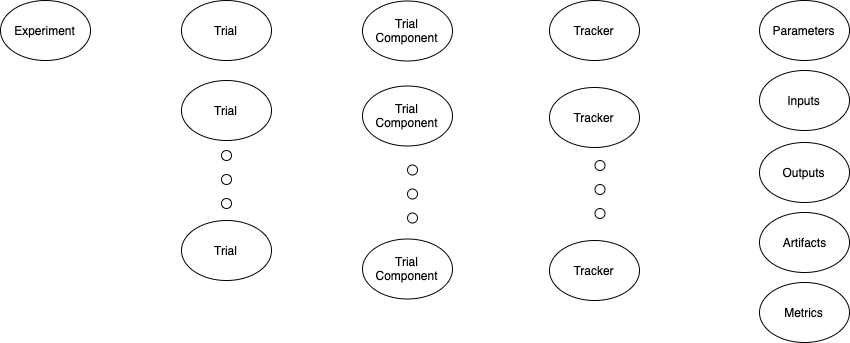
aws-samples/modeling-with-amazon-sagemaker-experiments keeps this draw.io diagram as img/experiment_structure_t.png. Above is the earlier version. Source tidied: cells renumbered, new cells last; positions are measured from the earlier drawing's top-left corner, leaving out a move shared by most shapes.
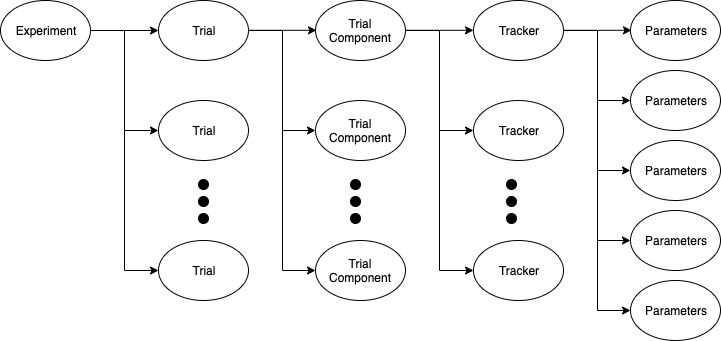
Above is the later version.

Commit message:
Updated the experiment structure diagram with the one in the approved blogpost

Diff of the diagram source:
```diff
@@ -1,129 +1,138 @@
 <mxGraphModel>
   <root>
-    <mxCell id="0" />
-    <mxCell id="1" parent="0" />
-    <mxCell id="2" style="rounded=0;jettySize=auto;html=1;exitX=1;exitY=0.5;exitDx=0;exitDy=0;entryX=0;entryY=0.5;entryDx=0;entryDy=0;strokeColor=#ffffff;" parent="1" edge="1" source="5" target="9">
-      <mxGeometry relative="1" as="geometry" />
-    </mxCell>
-    <mxCell id="3" style="edgeStyle=none;rounded=0;jettySize=auto;html=1;exitX=1;exitY=0.5;exitDx=0;exitDy=0;entryX=0;entryY=0.5;entryDx=0;entryDy=0;strokeColor=#ffffff;" parent="1" edge="1" source="5" target="10">
-      <mxGeometry relative="1" as="geometry" />
-    </mxCell>
-    <mxCell id="4" style="edgeStyle=none;rounded=0;jettySize=auto;html=1;exitX=1;exitY=0.5;exitDx=0;exitDy=0;entryX=0;entryY=0.5;entryDx=0;entryDy=0;strokeColor=#ffffff;" parent="1" edge="1" source="5" target="11">
-      <mxGeometry relative="1" as="geometry" />
-    </mxCell>
+    <mxCell id="43" />
+    <mxCell id="44" parent="43" />
+    <mxCell id="45" style="rounded=0;jettySize=auto;html=1;exitX=1;exitY=0.5;exitDx=0;exitDy=0;entryX=0;entryY=0.5;entryDx=0;entryDy=0;edgeStyle=orthogonalEdgeStyle;" parent="44" edge="1" source="5" target="54">
+      <mxGeometry relative="1" as="geometry" />
+    </mxCell>
+    <mxCell id="46" style="edgeStyle=orthogonalEdgeStyle;rounded=0;jettySize=auto;html=1;exitX=1;exitY=0.5;exitDx=0;exitDy=0;entryX=0;entryY=0.5;entryDx=0;entryDy=0;" parent="44" edge="1" source="5" target="53">
+      <mxGeometry relative="1" as="geometry" />
+    </mxCell>
-    <mxCell id="5" value="Experiment" style="ellipse;whiteSpace=wrap;html=1;" parent="1" vertex="1">
+    <mxCell id="5" value="Experiment" style="ellipse;whiteSpace=wrap;html=1;" parent="44" vertex="1">
       <mxGeometry width="90" height="60" as="geometry" />
     </mxCell>
-    <mxCell id="6" style="edgeStyle=none;rounded=0;jettySize=auto;html=1;entryX=0;entryY=0.5;entryDx=0;entryDy=0;strokeColor=#ffffff;" parent="1" edge="1" source="9" target="16">
-      <mxGeometry relative="1" as="geometry" />
-    </mxCell>
-    <mxCell id="7" style="edgeStyle=none;rounded=0;jettySize=auto;html=1;entryX=0;entryY=0.5;entryDx=0;entryDy=0;exitX=1;exitY=0.5;exitDx=0;exitDy=0;strokeColor=#ffffff;" parent="1" edge="1" source="9" target="17">
-      <mxGeometry relative="1" as="geometry" />
-    </mxCell>
-    <mxCell id="8" style="edgeStyle=none;rounded=0;jettySize=auto;html=1;entryX=0;entryY=0;entryDx=0;entryDy=0;exitX=1;exitY=0.5;exitDx=0;exitDy=0;strokeColor=#ffffff;" parent="1" edge="1" source="9" target="18">
-      <mxGeometry relative="1" as="geometry" />
-    </mxCell>
-    <mxCell id="9" value="Trial" style="ellipse;whiteSpace=wrap;html=1;" parent="1" vertex="1">
-      <mxGeometry x="181" width="90" height="60" as="geometry" />
-    </mxCell>
-    <mxCell id="10" value="Trial" style="ellipse;whiteSpace=wrap;html=1;" parent="1" vertex="1">
-      <mxGeometry x="181" y="80" width="90" height="60" as="geometry" />
-    </mxCell>
-    <mxCell id="11" value="Trial" style="ellipse;whiteSpace=wrap;html=1;" parent="1" vertex="1">
-      <mxGeometry x="181" y="220" width="90" height="60" as="geometry" />
-    </mxCell>
-    <mxCell id="12" style="group;fillColor=none;" parent="1" vertex="1">
-      <mxGeometry x="221" y="150" width="10" height="58" as="geometry" />
-    </mxCell>
-    <mxCell id="13" style="edgeStyle=none;rounded=0;jettySize=auto;html=1;entryX=0;entryY=0.5;entryDx=0;entryDy=0;strokeColor=#ffffff;" parent="1" edge="1" source="16" target="24">
-      <mxGeometry relative="1" as="geometry" />
-    </mxCell>
-    <mxCell id="14" style="edgeStyle=none;rounded=0;jettySize=auto;html=1;entryX=0;entryY=0.5;entryDx=0;entryDy=0;strokeColor=#ffffff;" parent="1" edge="1" source="17" target="25">
-      <mxGeometry relative="1" as="geometry" />
-    </mxCell>
-    <mxCell id="15" style="edgeStyle=none;rounded=0;jettySize=auto;html=1;exitX=1;exitY=0.5;exitDx=0;exitDy=0;strokeColor=#ffffff;" parent="1" edge="1" source="18" target="26">
-      <mxGeometry relative="1" as="geometry" />
-    </mxCell>
-    <mxCell id="16" value="Trial Component" style="ellipse;whiteSpace=wrap;html=1;" parent="1" vertex="1">
-      <mxGeometry x="362" y="0.5" width="90" height="60" as="geometry" />
-    </mxCell>
-    <mxCell id="17" value="Trial Component" style="ellipse;whiteSpace=wrap;html=1;" parent="1" vertex="1">
-      <mxGeometry x="362" y="85.5" width="90" height="60" as="geometry" />
-    </mxCell>
-    <mxCell id="18" value="Trial Component" style="ellipse;whiteSpace=wrap;html=1;" parent="1" vertex="1">
-      <mxGeometry x="362" y="238.5" width="90" height="60" as="geometry" />
-    </mxCell>
-    <mxCell id="19" style="edgeStyle=none;rounded=0;jettySize=auto;html=1;entryX=0;entryY=0.5;entryDx=0;entryDy=0;exitX=1;exitY=0.5;exitDx=0;exitDy=0;fillColor=#ffffff;strokeColor=#ffffff;" parent="1" edge="1" source="24" target="28">
-      <mxGeometry relative="1" as="geometry" />
-    </mxCell>
-    <mxCell id="20" style="edgeStyle=none;rounded=0;jettySize=auto;html=1;entryX=0;entryY=0.5;entryDx=0;entryDy=0;exitX=1;exitY=0.5;exitDx=0;exitDy=0;fillColor=#ffffff;strokeColor=#ffffff;" parent="1" edge="1" source="24" target="29">
-      <mxGeometry relative="1" as="geometry" />
-    </mxCell>
-    <mxCell id="21" style="edgeStyle=none;rounded=0;jettySize=auto;html=1;entryX=0;entryY=0.5;entryDx=0;entryDy=0;exitX=1;exitY=0.5;exitDx=0;exitDy=0;fillColor=#ffffff;strokeColor=#ffffff;" parent="1" edge="1" source="24" target="30">
-      <mxGeometry relative="1" as="geometry" />
-    </mxCell>
-    <mxCell id="22" style="edgeStyle=none;rounded=0;jettySize=auto;html=1;entryX=0;entryY=0.5;entryDx=0;entryDy=0;exitX=1;exitY=0.5;exitDx=0;exitDy=0;fillColor=#ffffff;strokeColor=#ffffff;" parent="1" edge="1" source="24" target="31">
-      <mxGeometry relative="1" as="geometry" />
-    </mxCell>
-    <mxCell id="23" style="edgeStyle=none;rounded=0;jettySize=auto;html=1;entryX=0;entryY=0.5;entryDx=0;entryDy=0;fillColor=#ffffff;strokeColor=#ffffff;" parent="1" edge="1" source="24" target="27">
-      <mxGeometry relative="1" as="geometry" />
-    </mxCell>
-    <mxCell id="24" value="Tracker" style="ellipse;whiteSpace=wrap;html=1;" parent="1" vertex="1">
-      <mxGeometry x="549" width="90" height="60" as="geometry" />
-    </mxCell>
-    <mxCell id="25" value="Tracker" style="ellipse;whiteSpace=wrap;html=1;" parent="1" vertex="1">
-      <mxGeometry x="549" y="87" width="90" height="60" as="geometry" />
-    </mxCell>
-    <mxCell id="26" value="Tracker" style="ellipse;whiteSpace=wrap;html=1;" parent="1" vertex="1">
-      <mxGeometry x="549" y="240" width="90" height="60" as="geometry" />
-    </mxCell>
-    <mxCell id="27" value="Parameters" style="ellipse;whiteSpace=wrap;html=1;" parent="1" vertex="1">
-      <mxGeometry x="759" width="90" height="60" as="geometry" />
-    </mxCell>
-    <mxCell id="28" value="Inputs" style="ellipse;whiteSpace=wrap;html=1;" parent="1" vertex="1">
-      <mxGeometry x="759" y="70" width="90" height="60" as="geometry" />
-    </mxCell>
-    <mxCell id="29" value="Outputs" style="ellipse;whiteSpace=wrap;html=1;" parent="1" vertex="1">
-      <mxGeometry x="759" y="142" width="90" height="60" as="geometry" />
-    </mxCell>
-    <mxCell id="30" value="Artifacts" style="ellipse;whiteSpace=wrap;html=1;" parent="1" vertex="1">
-      <mxGeometry x="759" y="212" width="90" height="60" as="geometry" />
-    </mxCell>
-    <mxCell id="31" value="Metrics" style="ellipse;whiteSpace=wrap;html=1;" parent="1" vertex="1">
-      <mxGeometry x="759" y="282" width="90" height="60" as="geometry" />
-    </mxCell>
-    <mxCell id="32" style="group;fillColor=none;" parent="1" vertex="1">
-      <mxGeometry x="402" y="164.5" width="15" height="58" as="geometry" />
-    </mxCell>
-    <mxCell id="33" style="group;fillColor=none;" parent="1" vertex="1">
-      <mxGeometry x="586.5" y="160" width="18" height="58" as="geometry" />
-    </mxCell>
-    <mxCell id="34" style="ellipse;whiteSpace=wrap;html=1;fillColor=#ffffff;" parent="1" vertex="1">
-      <mxGeometry x="407" y="164.5" width="10" height="10" as="geometry" />
-    </mxCell>
-    <mxCell id="35" style="ellipse;whiteSpace=wrap;html=1;fillColor=#ffffff;" parent="1" vertex="1">
-      <mxGeometry x="407" y="188.5" width="10" height="10" as="geometry" />
-    </mxCell>
-    <mxCell id="36" style="ellipse;whiteSpace=wrap;html=1;fillColor=#ffffff;" parent="1" vertex="1">
-      <mxGeometry x="407" y="212.5" width="10" height="10" as="geometry" />
-    </mxCell>
-    <mxCell id="37" style="ellipse;whiteSpace=wrap;html=1;fillColor=#ffffff;" parent="1" vertex="1">
-      <mxGeometry x="221" y="150" width="10" height="10" as="geometry" />
-    </mxCell>
-    <mxCell id="38" style="ellipse;whiteSpace=wrap;html=1;fillColor=#ffffff;" parent="1" vertex="1">
-      <mxGeometry x="221" y="174" width="10" height="10" as="geometry" />
-    </mxCell>
-    <mxCell id="39" style="ellipse;whiteSpace=wrap;html=1;fillColor=#ffffff;" parent="1" vertex="1">
-      <mxGeometry x="221" y="198" width="10" height="10" as="geometry" />
-    </mxCell>
-    <mxCell id="40" style="ellipse;whiteSpace=wrap;html=1;fillColor=#ffffff;" parent="1" vertex="1">
-      <mxGeometry x="594.5" y="160" width="10" height="10" as="geometry" />
-    </mxCell>
-    <mxCell id="41" style="ellipse;whiteSpace=wrap;html=1;fillColor=#ffffff;" parent="1" vertex="1">
-      <mxGeometry x="594.5" y="184" width="10" height="10" as="geometry" />
-    </mxCell>
-    <mxCell id="42" style="ellipse;whiteSpace=wrap;html=1;fillColor=#ffffff;" parent="1" vertex="1">
-      <mxGeometry x="594.5" y="208" width="10" height="10" as="geometry" />
-    </mxCell>
+    <mxCell id="47" style="edgeStyle=orthogonalEdgeStyle;rounded=0;jettySize=auto;html=1;exitX=1;exitY=0.5;exitDx=0;exitDy=0;entryX=0;entryY=0.5;entryDx=0;entryDy=0;" parent="44" edge="1" source="49" target="55">
+      <mxGeometry relative="1" as="geometry" />
+    </mxCell>
+    <mxCell id="48" style="edgeStyle=orthogonalEdgeStyle;rounded=0;jettySize=auto;html=1;exitX=1;exitY=0.5;exitDx=0;exitDy=0;entryX=0;entryY=0.5;entryDx=0;entryDy=0;" parent="44" edge="1" source="49" target="56">
+      <mxGeometry relative="1" as="geometry" />
+    </mxCell>
+    <mxCell id="49" value="Trial" style="ellipse;whiteSpace=wrap;html=1;" parent="44" vertex="1">
+      <mxGeometry x="158" width="90" height="60" as="geometry" />
+    </mxCell>
+    <mxCell id="50" style="edgeStyle=orthogonalEdgeStyle;rounded=0;jettySize=auto;html=1;exitX=1;exitY=0.5;exitDx=0;exitDy=0;entryX=0;entryY=0.5;entryDx=0;entryDy=0;" parent="44" edge="1" source="52" target="63">
+      <mxGeometry relative="1" as="geometry" />
+    </mxCell>
+    <mxCell id="51" style="edgeStyle=orthogonalEdgeStyle;rounded=0;jettySize=auto;html=1;exitX=1;exitY=0.5;exitDx=0;exitDy=0;entryX=0;entryY=0.5;entryDx=0;entryDy=0;" parent="44" edge="1" source="52" target="62">
+      <mxGeometry relative="1" as="geometry" />
+    </mxCell>
+    <mxCell id="52" value="Trial Component" style="ellipse;whiteSpace=wrap;html=1;" parent="44" vertex="1">
+      <mxGeometry x="315" width="90" height="60" as="geometry" />
+    </mxCell>
+    <mxCell id="53" value="Trial" style="ellipse;whiteSpace=wrap;html=1;" parent="44" vertex="1">
+      <mxGeometry x="158" y="240" width="90" height="60" as="geometry" />
+    </mxCell>
+    <mxCell id="54" value="Trial" style="ellipse;whiteSpace=wrap;html=1;" parent="44" vertex="1">
+      <mxGeometry x="158" y="100" width="90" height="60" as="geometry" />
+    </mxCell>
+    <mxCell id="55" value="Trial Component" style="ellipse;whiteSpace=wrap;html=1;" parent="44" vertex="1">
+      <mxGeometry x="315" y="100" width="90" height="60" as="geometry" />
+    </mxCell>
+    <mxCell id="56" value="Trial Component" style="ellipse;whiteSpace=wrap;html=1;" parent="44" vertex="1">
+      <mxGeometry x="315" y="240" width="90" height="60" as="geometry" />
+    </mxCell>
+    <mxCell id="57" style="edgeStyle=orthogonalEdgeStyle;rounded=0;jettySize=auto;html=1;exitX=1;exitY=0.5;exitDx=0;exitDy=0;entryX=0;entryY=0.5;entryDx=0;entryDy=0;" parent="44" edge="1" source="61" target="65">
+      <mxGeometry relative="1" as="geometry" />
+    </mxCell>
+    <mxCell id="58" style="edgeStyle=orthogonalEdgeStyle;rounded=0;jettySize=auto;html=1;exitX=1;exitY=0.5;exitDx=0;exitDy=0;entryX=0;entryY=0.5;entryDx=0;entryDy=0;" parent="44" edge="1" source="61" target="66">
+      <mxGeometry relative="1" as="geometry" />
+    </mxCell>
+    <mxCell id="59" style="edgeStyle=orthogonalEdgeStyle;rounded=0;jettySize=auto;html=1;exitX=1;exitY=0.5;exitDx=0;exitDy=0;entryX=0;entryY=0.5;entryDx=0;entryDy=0;" parent="44" edge="1" source="61" target="67">
+      <mxGeometry relative="1" as="geometry" />
+    </mxCell>
+    <mxCell id="60" style="edgeStyle=orthogonalEdgeStyle;rounded=0;jettySize=auto;html=1;exitX=1;exitY=0.5;exitDx=0;exitDy=0;entryX=0;entryY=0.5;entryDx=0;entryDy=0;" parent="44" edge="1" source="61" target="68">
+      <mxGeometry relative="1" as="geometry" />
+    </mxCell>
+    <mxCell id="61" value="Tracker" style="ellipse;whiteSpace=wrap;html=1;" parent="44" vertex="1">
+      <mxGeometry x="473" width="90" height="60" as="geometry" />
+    </mxCell>
+    <mxCell id="62" value="Tracker" style="ellipse;whiteSpace=wrap;html=1;" parent="44" vertex="1">
+      <mxGeometry x="473" y="240" width="90" height="60" as="geometry" />
+    </mxCell>
+    <mxCell id="63" value="Tracker" style="ellipse;whiteSpace=wrap;html=1;" parent="44" vertex="1">
+      <mxGeometry x="473" y="100" width="90" height="60" as="geometry" />
+    </mxCell>
+    <mxCell id="64" value="Parameters" style="ellipse;whiteSpace=wrap;html=1;" parent="44" vertex="1">
+      <mxGeometry x="630" width="90" height="60" as="geometry" />
+    </mxCell>
+    <mxCell id="65" value="Parameters" style="ellipse;whiteSpace=wrap;html=1;" parent="44" vertex="1">
+      <mxGeometry x="630" y="70" width="90" height="60" as="geometry" />
+    </mxCell>
+    <mxCell id="66" value="Parameters" style="ellipse;whiteSpace=wrap;html=1;" parent="44" vertex="1">
+      <mxGeometry x="630" y="140" width="90" height="60" as="geometry" />
+    </mxCell>
+    <mxCell id="67" value="Parameters" style="ellipse;whiteSpace=wrap;html=1;" parent="44" vertex="1">
+      <mxGeometry x="630" y="210" width="90" height="60" as="geometry" />
+    </mxCell>
+    <mxCell id="68" value="Parameters" style="ellipse;whiteSpace=wrap;html=1;" parent="44" vertex="1">
+      <mxGeometry x="630" y="280" width="90" height="60" as="geometry" />
+    </mxCell>
+    <mxCell id="69" style="group;" parent="44" vertex="1">
+      <mxGeometry x="198" y="179" width="10" height="44" as="geometry" />
+    </mxCell>
+    <mxCell id="70" style="ellipse;whiteSpace=wrap;html=1;fillColor=#000000;" parent="69" vertex="1">
+      <mxGeometry width="10" height="10" as="geometry" />
+    </mxCell>
+    <mxCell id="71" style="ellipse;whiteSpace=wrap;html=1;fillColor=#000000;" parent="69" vertex="1">
+      <mxGeometry y="17" width="10" height="10" as="geometry" />
+    </mxCell>
+    <mxCell id="72" style="ellipse;whiteSpace=wrap;html=1;fillColor=#000000;" parent="69" vertex="1">
+      <mxGeometry y="34" width="10" height="10" as="geometry" />
+    </mxCell>
+    <mxCell id="73" style="group;" parent="44" vertex="1">
+      <mxGeometry x="355" y="179" width="10" height="44" as="geometry" />
+    </mxCell>
+    <mxCell id="74" style="ellipse;whiteSpace=wrap;html=1;fillColor=#000000;" parent="73" vertex="1">
+      <mxGeometry x="-5" width="10" height="10" as="geometry" />
+    </mxCell>
+    <mxCell id="75" style="ellipse;whiteSpace=wrap;html=1;fillColor=#000000;" parent="73" vertex="1">
+      <mxGeometry x="-5" y="17" width="10" height="10" as="geometry" />
+    </mxCell>
+    <mxCell id="76" style="ellipse;whiteSpace=wrap;html=1;fillColor=#000000;" parent="73" vertex="1">
+      <mxGeometry x="-5" y="34" width="10" height="10" as="geometry" />
+    </mxCell>
+    <mxCell id="77" style="group;" parent="44" vertex="1">
+      <mxGeometry x="513" y="179" width="10" height="44" as="geometry" />
+    </mxCell>
+    <mxCell id="78" style="ellipse;whiteSpace=wrap;html=1;fillColor=#000000;" parent="77" vertex="1">
+      <mxGeometry x="-7" width="10" height="10" as="geometry" />
+    </mxCell>
+    <mxCell id="79" style="ellipse;whiteSpace=wrap;html=1;fillColor=#000000;" parent="77" vertex="1">
+      <mxGeometry x="-7" y="17" width="10" height="10" as="geometry" />
+    </mxCell>
+    <mxCell id="80" style="ellipse;whiteSpace=wrap;html=1;fillColor=#000000;" parent="77" vertex="1">
+      <mxGeometry x="-7" y="34" width="10" height="10" as="geometry" />
+    </mxCell>
+    <mxCell id="81" style="endArrow=classic;html=1;exitX=1;exitY=0.5;exitDx=0;exitDy=0;entryX=0;entryY=0.5;entryDx=0;entryDy=0;" parent="44" edge="1" source="5" target="49">
+      <mxGeometry relative="1" as="geometry" />
+    </mxCell>
+    <mxCell id="82" style="endArrow=classic;html=1;exitX=1;exitY=0.5;exitDx=0;exitDy=0;entryX=0;entryY=0.5;entryDx=0;entryDy=0;" parent="44" edge="1">
+      <mxGeometry relative="1" as="geometry">
+        <mxPoint x="248" y="29.8" as="sourcePoint" />
+        <mxPoint x="316" y="29.8" as="targetPoint" />
+      </mxGeometry>
+    </mxCell>
+    <mxCell id="83" style="endArrow=classic;html=1;exitX=1;exitY=0.5;exitDx=0;exitDy=0;entryX=0;entryY=0.5;entryDx=0;entryDy=0;edgeStyle=orthogonalEdgeStyle;" parent="44" edge="1">
+      <mxGeometry relative="1" as="geometry">
+        <mxPoint x="405" y="29.8" as="sourcePoint" />
+        <mxPoint x="473" y="29.8" as="targetPoint" />
+      </mxGeometry>
+    </mxCell>
+    <mxCell id="84" style="endArrow=classic;html=1;exitX=1;exitY=0.5;exitDx=0;exitDy=0;entryX=0;entryY=0.5;entryDx=0;entryDy=0;edgeStyle=orthogonalEdgeStyle;" parent="44" edge="1">
+      <mxGeometry relative="1" as="geometry">
+        <mxPoint x="563" y="29.8" as="sourcePoint" />
+        <mxPoint x="631" y="29.8" as="targetPoint" />
+      </mxGeometry>
+    </mxCell>
   </root>
 </mxGraphModel>
```
